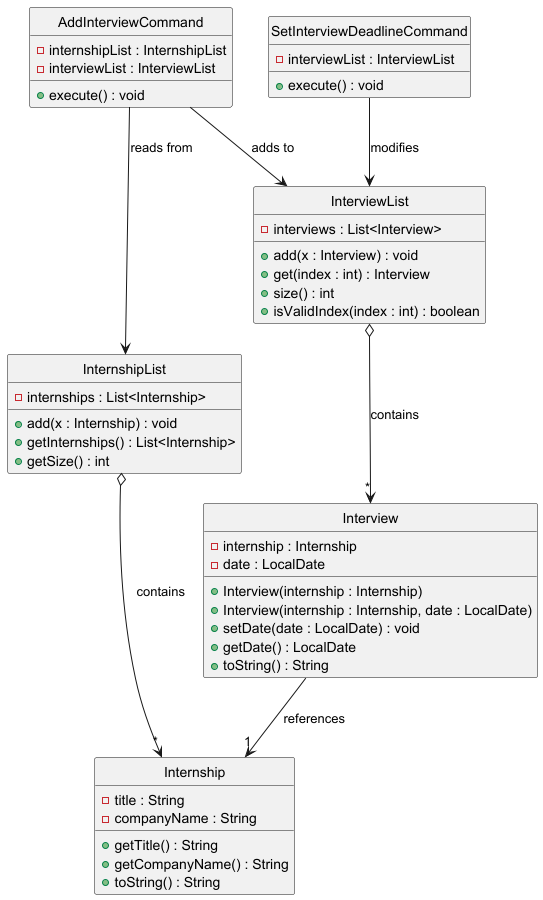
Earlier version of the PlantUML export docs/diagrams/InterviewClassDiagram.png (AY2526S2-CS2113-W10-4/tp). The source it was exported from:
```plantuml
@startuml
hide circle

class Internship {
    - title : String
    - companyName : String
    + getTitle() : String
    + getCompanyName() : String
    + toString() : String
}

class Interview {
    - internship : Internship
    - date : LocalDate
    + Interview(internship : Internship)
    + Interview(internship : Internship, date : LocalDate)
    + setDate(date : LocalDate) : void
    + getDate() : LocalDate
    + toString() : String
}

class InternshipList {
    - internships : List<Internship>
    + add(x : Internship) : void
    + getInternships() : List<Internship>
    + getSize() : int
}

class InterviewList {
    - interviews : List<Interview>
    + add(x : Interview) : void
    + get(index : int) : Interview
    + size() : int
    + isValidIndex(index : int) : boolean
}

class AddInterviewCommand {
    - internshipList : InternshipList
    - interviewList : InterviewList
    + execute() : void
}

class SetInterviewDeadlineCommand {
    - interviewList : InterviewList
    + execute() : void
}

Interview --> "1" Internship : references
InterviewList o--> "*" Interview : contains
InternshipList o--> "*" Internship : contains
AddInterviewCommand --> InternshipList : reads from
AddInterviewCommand --> InterviewList : adds to
SetInterviewDeadlineCommand --> InterviewList : modifies
@enduml
```
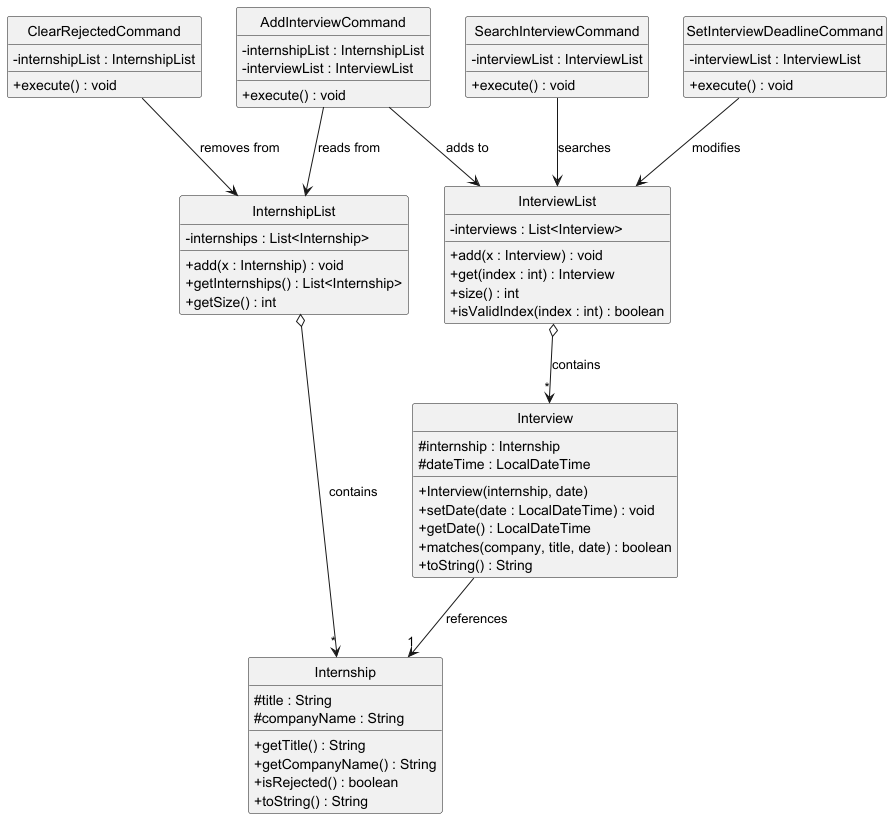
After the commit.

Commit message:
Fix diagram consistency: use text visibility icons and standardize sequence flow

Diff of the diagram source:
```diff
@@ -1,21 +1,23 @@
 @startuml
 hide circle
+skinparam classAttributeIconSize 0
 
 class Internship {
-    - title : String
-    - companyName : String
+    # title : String
+    # companyName : String
     + getTitle() : String
     + getCompanyName() : String
+    + isRejected() : boolean
     + toString() : String
 }
 
 class Interview {
-    - internship : Internship
-    - date : LocalDate
-    + Interview(internship : Internship)
-    + Interview(internship : Internship, date : LocalDate)
-    + setDate(date : LocalDate) : void
-    + getDate() : LocalDate
+    # internship : Internship
+    # dateTime : LocalDateTime
+    + Interview(internship, date)
+    + setDate(date : LocalDateTime) : void
+    + getDate() : LocalDateTime
+    + matches(company, title, date) : boolean
     + toString() : String
 }
 
@@ -45,10 +47,22 @@
     + execute() : void
 }
 
+class SearchInterviewCommand {
+    - interviewList : InterviewList
+    + execute() : void
+}
+
+class ClearRejectedCommand {
+    - internshipList : InternshipList
+    + execute() : void
+}
+
 Interview --> "1" Internship : references
 InterviewList o--> "*" Interview : contains
 InternshipList o--> "*" Internship : contains
 AddInterviewCommand --> InternshipList : reads from
 AddInterviewCommand --> InterviewList : adds to
 SetInterviewDeadlineCommand --> InterviewList : modifies
+SearchInterviewCommand --> InterviewList : searches
+ClearRejectedCommand --> InternshipList : removes from
 @enduml
```
